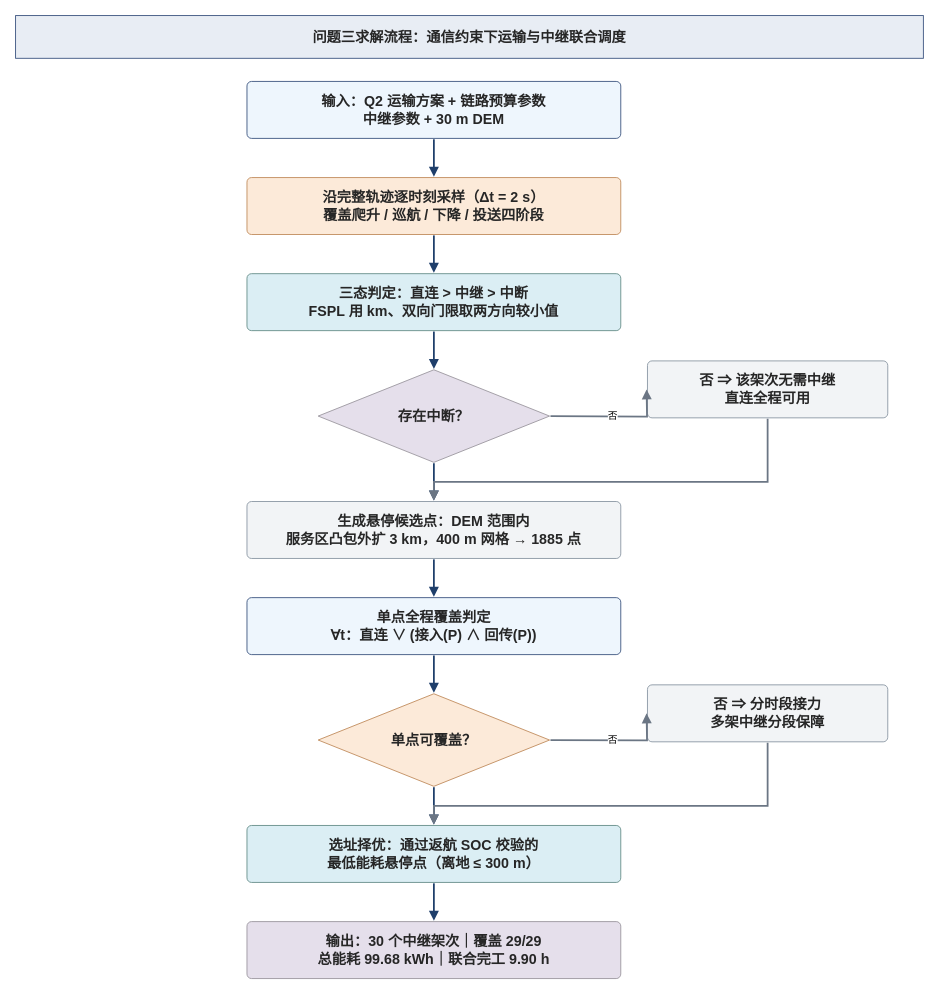
This is otheragent/diagrams/f03_flow.drawio from starfruitsz/MathAgent, a draw.io file, before an edit. Source tidied: cells renumbered, new cells numbered last; positions are measured from the earlier drawing's top-left corner, leaving out a move shared by most shapes. Both pictures are drawn from the tidied source at 89%, with x=0, y=0 at pixel (15, 15).
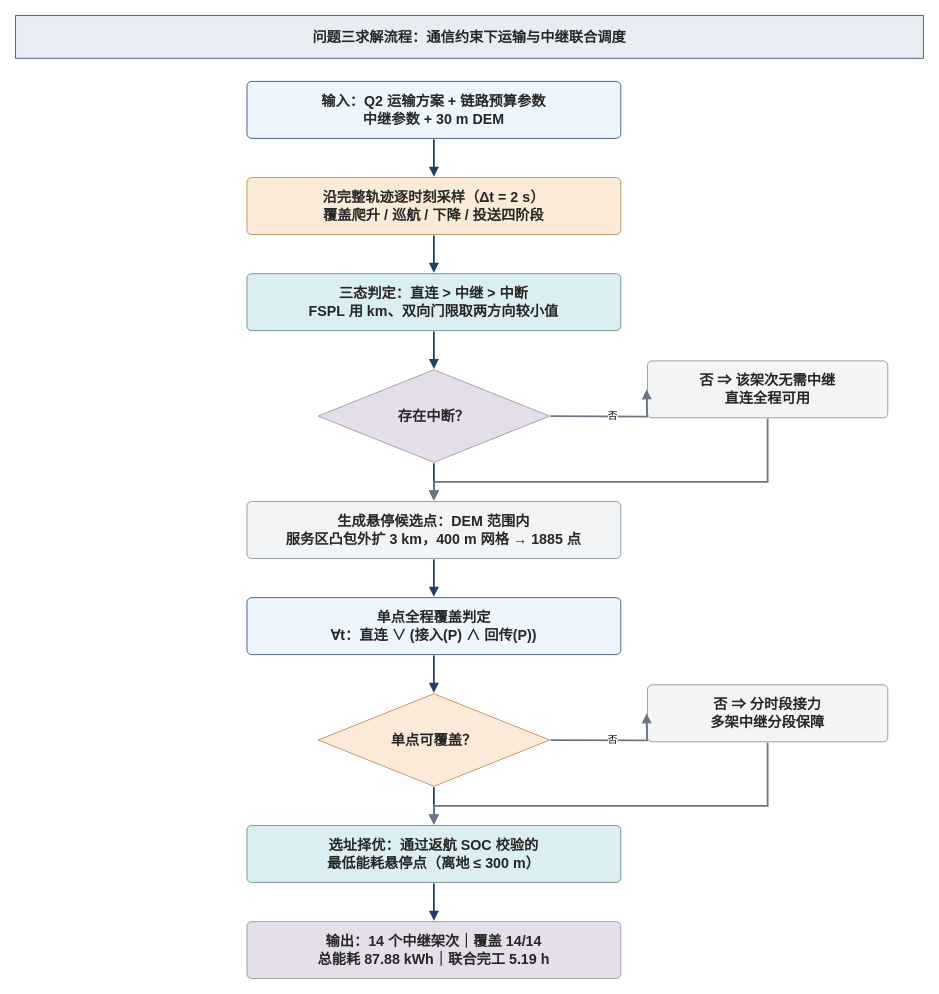
The same page after the edit.

Diff of the diagram source:
```diff
@@
-    <mxCell id="24" value="输出：30 个中继架次｜覆盖 29/29&lt;br&gt;总能耗 99.68 kWh｜联合完工 9.90 h" style="rounded=1;arcSize=8;whiteSpace=wrap;html=1;fillColor=#e5dfeb;strokeColor=#9b979f;strokeWidth=1;fontSize=16;fontStyle=1;fontColor=#262626;fontFamily=Microsoft YaHei,PingFang SC,Helvetica;align=center;verticalAlign=middle;" parent="1" vertex="1">
+    <mxCell id="24" value="输出：14 个中继架次｜覆盖 14/14&lt;br&gt;总能耗 87.88 kWh｜联合完工 5.19 h" style="rounded=1;arcSize=8;whiteSpace=wrap;html=1;fillColor=#e5dfeb;strokeColor=#9b979f;strokeWidth=1;fontSize=16;fontStyle=1;fontColor=#262626;fontFamily=Microsoft YaHei,PingFang SC,Helvetica;align=center;verticalAlign=middle;" parent="1" vertex="1">
       <mxGeometry x="260" y="1018" width="420" height="64" as="geometry" />
     </mxCell>
```
